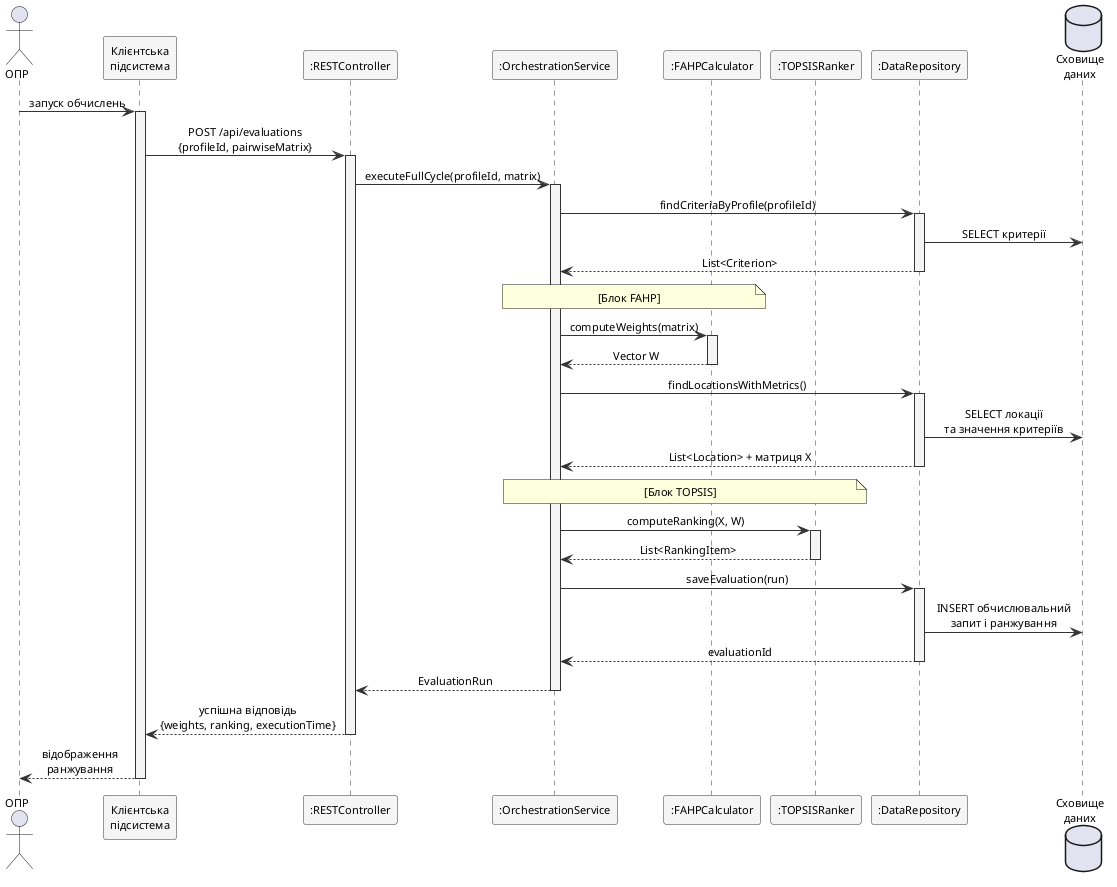
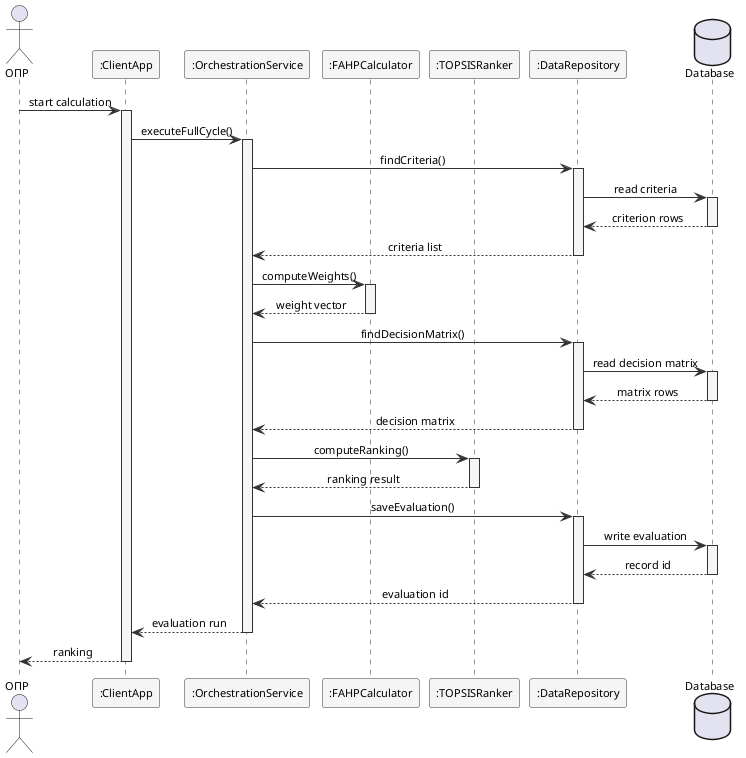
@startuml
' Рис. 2.4. Діаграма послідовності сценарію «Обчислити ранжування локацій»
skinparam shadowing false
skinparam defaultFontName "Times New Roman"
skinparam defaultFontSize 11
skinparam sequenceMessageAlign center
skinparam sequence {
    ArrowColor #333333
    LifeLineBorderColor #333333
    LifeLineBackgroundColor #f5f5f5
    ParticipantBorderColor #333333
    ParticipantBackgroundColor #f5f5f5
}

actor "ОПР" as User
- participant "Клієнтська\nпідсистема" as Client
- participant ":RESTController" as Ctrl
+ participant ":ClientApp" as Client
participant ":OrchestrationService" as Orch
participant ":FAHPCalculator" as FAHP
participant ":TOPSISRanker" as TOP
participant ":DataRepository" as Repo
- database "Сховище\nданих" as DB
+ database "Database" as DB

- User -> Client : запуск обчислень
+ User -> Client : start calculation
activate Client

- Client -> Ctrl : POST /api/evaluations\n{profileId, pairwiseMatrix}
- activate Ctrl
- 
- Ctrl -> Orch : executeFullCycle(profileId, matrix)
+ Client -> Orch : executeFullCycle()
activate Orch

- Orch -> Repo : findCriteriaByProfile(profileId)
+ Orch -> Repo : findCriteria()
activate Repo
- Repo -> DB : SELECT критерії
- Repo --> Orch : List<Criterion>
+ Repo -> DB : read criteria
+ activate DB
+ DB --> Repo : criterion rows
+ deactivate DB
+ Repo --> Orch : criteria list
deactivate Repo

- note over Orch, FAHP : [Блок FAHP]
- 
- Orch -> FAHP : computeWeights(matrix)
+ Orch -> FAHP : computeWeights()
activate FAHP
- FAHP --> Orch : Vector W
+ FAHP --> Orch : weight vector
deactivate FAHP

- Orch -> Repo : findLocationsWithMetrics()
+ Orch -> Repo : findDecisionMatrix()
activate Repo
- Repo -> DB : SELECT локації\nта значення критеріїв
- Repo --> Orch : List<Location> + матриця X
+ Repo -> DB : read decision matrix
+ activate DB
+ DB --> Repo : matrix rows
+ deactivate DB
+ Repo --> Orch : decision matrix
deactivate Repo

- note over Orch, TOP : [Блок TOPSIS]
- 
- Orch -> TOP : computeRanking(X, W)
+ Orch -> TOP : computeRanking()
activate TOP
- TOP --> Orch : List<RankingItem>
+ TOP --> Orch : ranking result
deactivate TOP

- Orch -> Repo : saveEvaluation(run)
+ Orch -> Repo : saveEvaluation()
activate Repo
- Repo -> DB : INSERT обчислювальний\nзапит і ранжування
- Repo --> Orch : evaluationId
+ Repo -> DB : write evaluation
+ activate DB
+ DB --> Repo : record id
+ deactivate DB
+ Repo --> Orch : evaluation id
deactivate Repo

- Orch --> Ctrl : EvaluationRun
+ Orch --> Client : evaluation run
deactivate Orch

- Ctrl --> Client : успішна відповідь\n{weights, ranking, executionTime}
- deactivate Ctrl
- 
- Client --> User : відображення\nранжування
+ Client --> User : ranking
deactivate Client

@enduml
